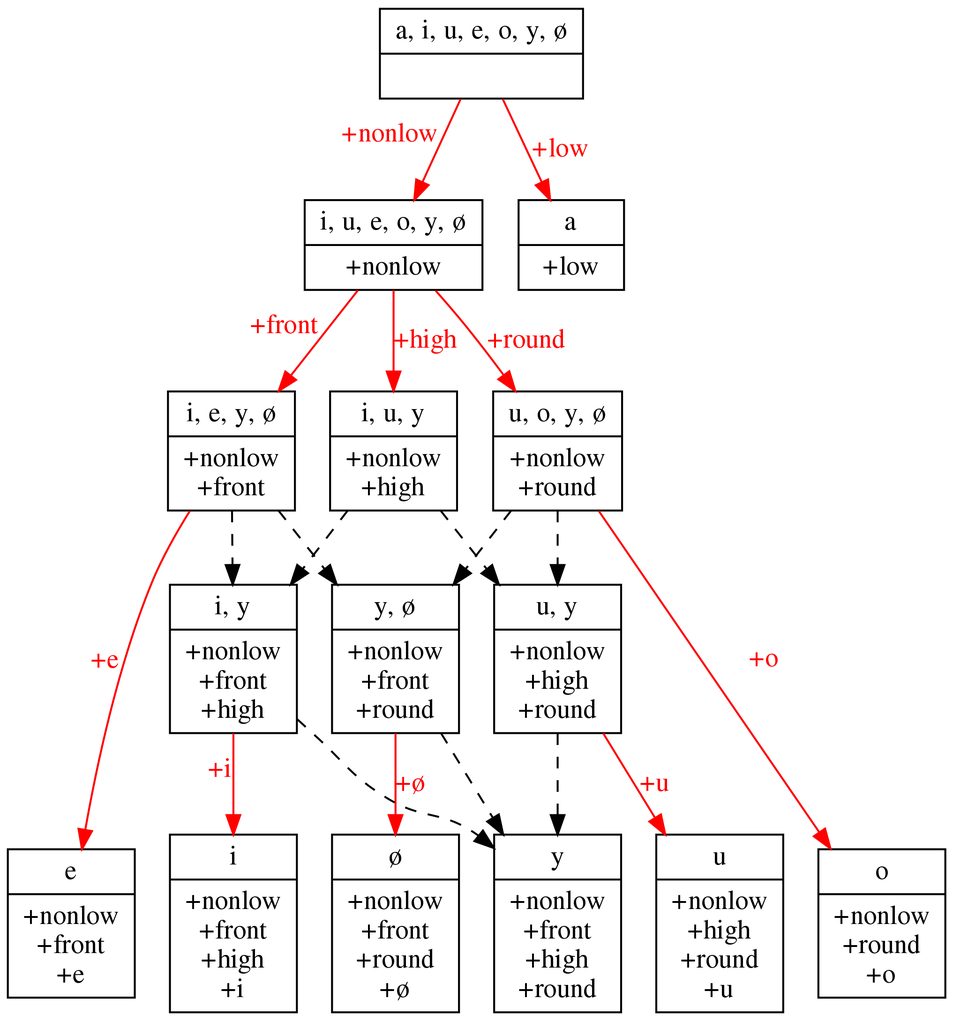
Before: squib/diagrams/vowel_inventory_privative.png, a diagram exported from Graphviz (rdaland/Pheatures). Its source is kept beside it as squib/diagrams/vowel_inventory_privative.gv.
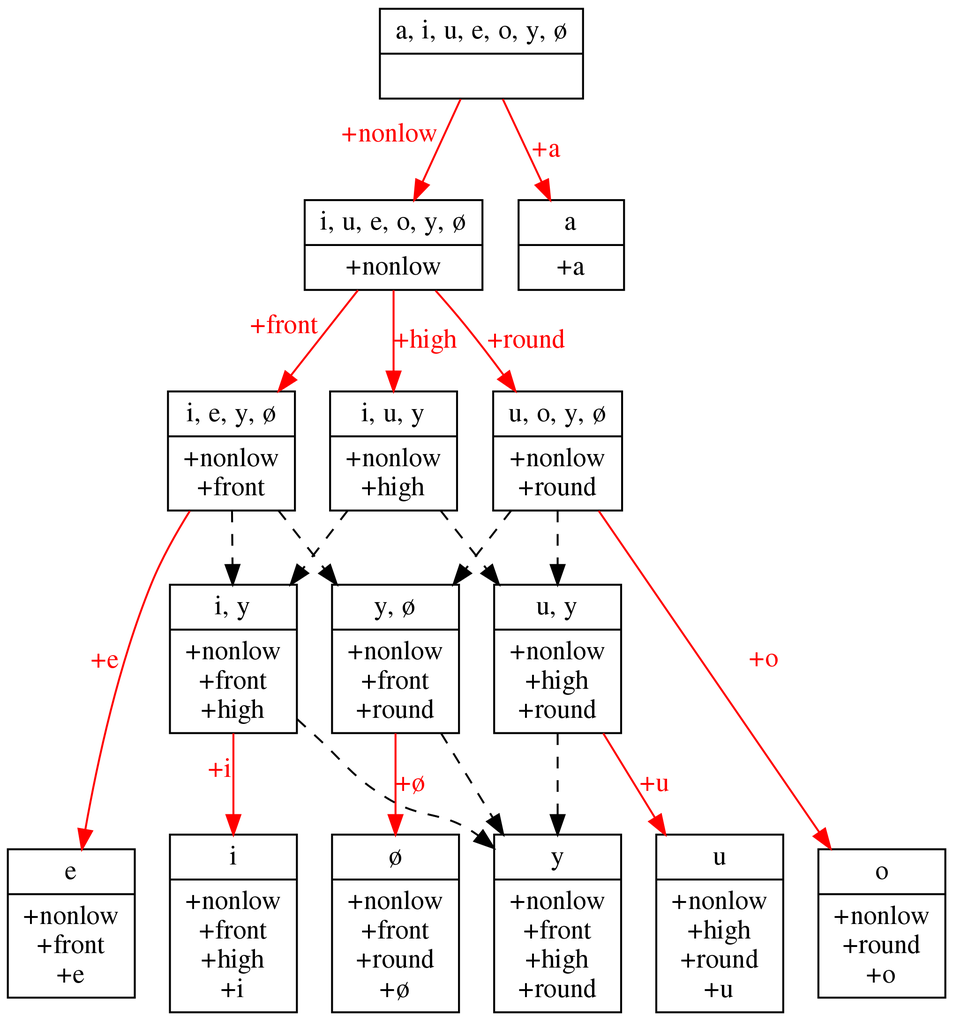
Later version of the same file.

Diff of the diagram source:
```diff
@@ -11,13 +11,13 @@
 	8 [label="{<segs> e |<feats> +nonlow\n+front\n+e }",shape=record]
 	9 [label="{<segs> ø |<feats> +nonlow\n+front\n+round\n+ø }",shape=record]
 	10 [label="{<segs> o |<feats> +nonlow\n+round\n+o }",shape=record]
-	11 [label="{<segs> a |<feats> +low }",shape=record]
+	11 [label="{<segs> a |<feats> +a }",shape=record]
 	12 [label="{<segs> y, ø |<feats> +nonlow\n+front\n+round }",shape=record]
 	13 [label="{<segs> i, y |<feats> +nonlow\n+front\n+high }",shape=record]
 	14 [label="{<segs> u, y |<feats> +nonlow\n+high\n+round }",shape=record]
 
 	0 -> 1 [xlabel="+nonlow",fontcolor=red,color=red]
-	0 -> 11 [label="+low",fontcolor=red,color=red]
+	0 -> 11 [label="+a",fontcolor=red,color=red]
 	1 -> 2 [xlabel="+front",fontcolor=red,color=red]
 	1 -> 3 [label="+round",fontcolor=red,color=red]
 	1 -> 4 [label="+high",fontcolor=red,color=red]
```
